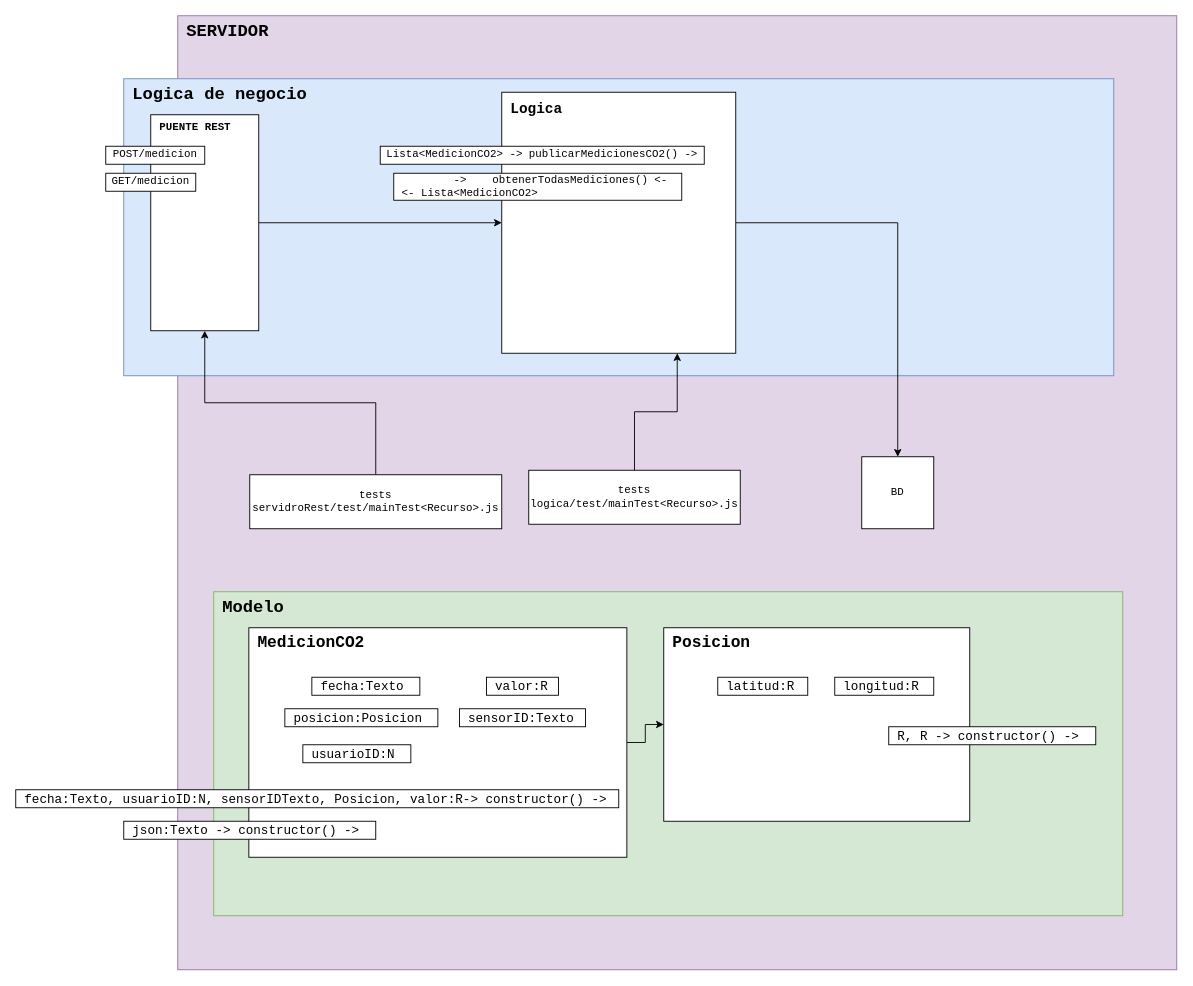
Above: doc/DiseñoServidor.drawio in GTI-3A-Pure-Life/Pure-Life-WebApp (draw.io), before the change. Source tidied: cells renumbered, new cells numbered last; positions are measured from the earlier drawing's top-left corner, leaving out a move shared by most shapes. Both pictures are drawn from the tidied source at 90%, with x=0, y=0 at pixel (15, 15).
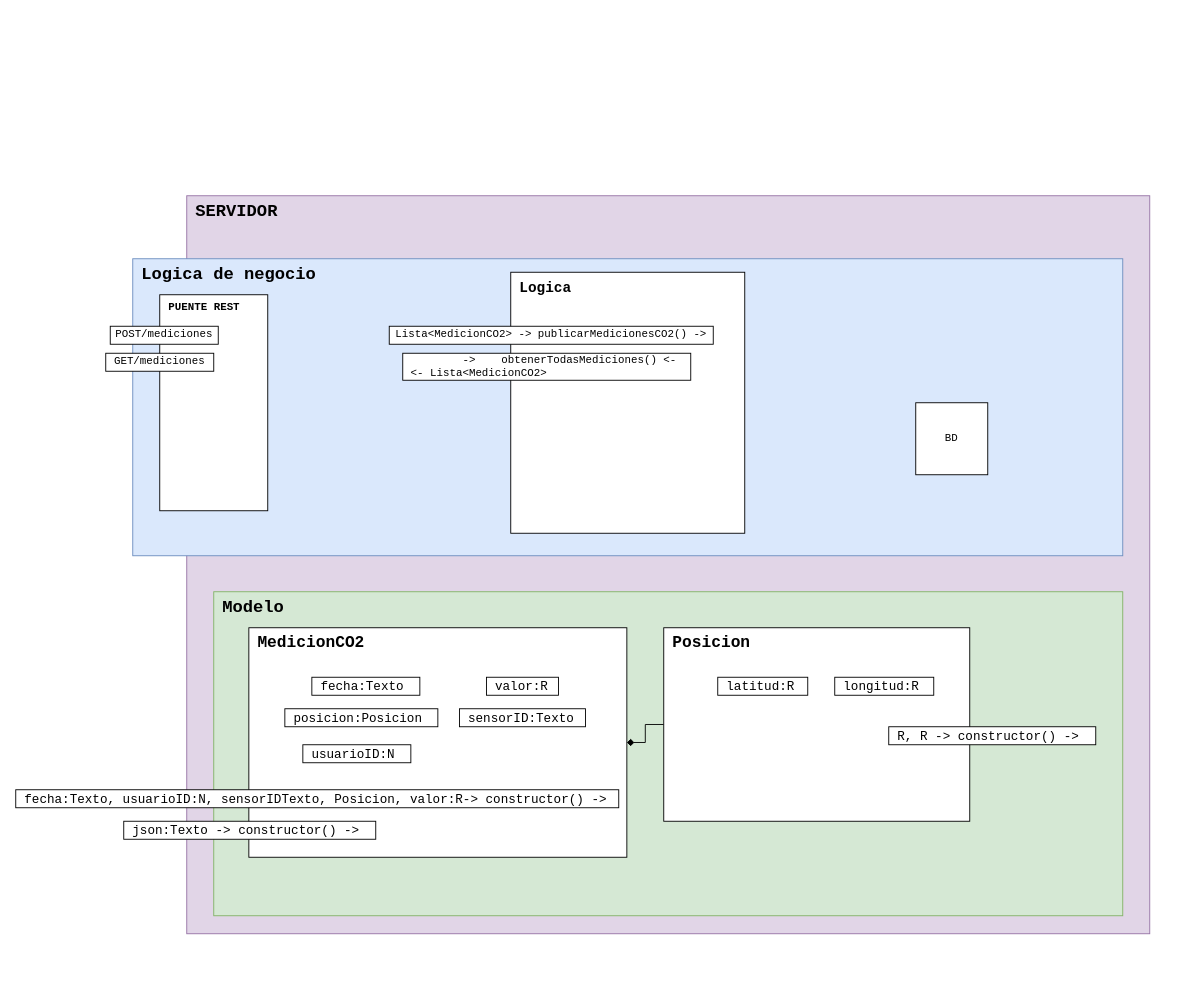
The same page after the edit.

Commit message (it also covers changes not shown here):
Documentacion. Documento de diseño - 09/10/2021

Unchanged cells that the change refers to:
```xml
<mxCell id="19" value="&lt;font face=&quot;Courier New&quot; size=&quot;1&quot;&gt;&lt;b style=&quot;font-size: 18px&quot;&gt;MedicionCO2&lt;/b&gt;&lt;/font&gt;" style="rounded=0;whiteSpace=wrap;html=1;align=left;verticalAlign=top;spacingLeft=8;" parent="1" vertex="1">
  <mxGeometry x="259" y="680" width="420" height="255" as="geometry" />
</mxCell>
<mxCell id="26" value="&lt;font face=&quot;Courier New&quot; size=&quot;1&quot;&gt;&lt;b style=&quot;font-size: 18px&quot;&gt;Posicion&lt;/b&gt;&lt;/font&gt;" style="rounded=0;whiteSpace=wrap;html=1;align=left;verticalAlign=top;spacingLeft=8;" parent="1" vertex="1">
  <mxGeometry x="720" y="680" width="340" height="215" as="geometry" />
</mxCell>
```

The edit, as a diff of the source:
```diff
@@
     <mxCell id="2" value="&lt;font style=&quot;font-size: 19px&quot;&gt;&lt;b&gt;SERVIDOR&lt;/b&gt;&lt;/font&gt;" style="whiteSpace=wrap;html=1;fontFamily=Courier New;verticalAlign=top;align=left;spacingLeft=8;fillColor=#e1d5e7;strokeColor=#9673a6;" parent="1" vertex="1">
-      <mxGeometry x="180" width="1110" height="1060" as="geometry" />
+      <mxGeometry x="190" y="200" width="1070" height="820" as="geometry" />
     </mxCell>
     <mxCell id="3" value="&lt;font style=&quot;font-size: 19px&quot;&gt;&lt;b&gt;Logica de negocio&lt;/b&gt;&lt;/font&gt;" style="whiteSpace=wrap;html=1;fontFamily=Courier New;verticalAlign=top;align=left;spacingLeft=8;fillColor=#dae8fc;strokeColor=#6c8ebf;" parent="1" vertex="1">
-      <mxGeometry x="120" y="70" width="1100" height="330" as="geometry" />
+      <mxGeometry x="130" y="270" width="1100" height="330" as="geometry" />
     </mxCell>
     <mxCell id="4" value="BD" style="whiteSpace=wrap;html=1;fontFamily=Courier New;" parent="1" vertex="1">
-      <mxGeometry x="940" y="490" width="80" height="80" as="geometry" />
+      <mxGeometry x="1000" y="430" width="80" height="80" as="geometry" />
     </mxCell>
-    <mxCell id="5" style="edgeStyle=orthogonalEdgeStyle;rounded=0;jettySize=auto;html=1;" parent="1" edge="1" source="6" target="12">
-      <mxGeometry relative="1" as="geometry" />
-    </mxCell>
     <mxCell id="6" value="PUENTE REST" style="rounded=0;whiteSpace=wrap;html=1;fontFamily=Courier New;verticalAlign=top;align=left;spacingLeft=8;fontStyle=1;" parent="1" vertex="1">
-      <mxGeometry x="150" y="110" width="120" height="240" as="geometry" />
+      <mxGeometry x="160" y="310" width="120" height="240" as="geometry" />
     </mxCell>
-    <mxCell id="7" style="edgeStyle=orthogonalEdgeStyle;rounded=0;jettySize=auto;html=1;entryX=0.75;entryY=1;entryDx=0;entryDy=0;" parent="1" edge="1" source="8" target="12">
-      <mxGeometry relative="1" as="geometry" />
-    </mxCell>
-    <mxCell id="8" value="tests&lt;br&gt;logica/test/mainTest&amp;lt;Recurso&amp;gt;.js" style="rounded=0;whiteSpace=wrap;html=1;fontFamily=Courier New;" parent="1" vertex="1">
-      <mxGeometry x="570" y="505" width="235" height="60" as="geometry" />
-    </mxCell>
-    <mxCell id="9" style="edgeStyle=orthogonalEdgeStyle;rounded=0;jettySize=auto;html=1;entryX=0.5;entryY=1;entryDx=0;entryDy=0;" parent="1" edge="1" source="10" target="6">
-      <mxGeometry relative="1" as="geometry" />
-    </mxCell>
-    <mxCell id="10" value="tests&lt;br&gt;servidroRest/test/mainTest&amp;lt;Recurso&amp;gt;.js" style="rounded=0;whiteSpace=wrap;html=1;fontFamily=Courier New;" parent="1" vertex="1">
-      <mxGeometry x="260" y="510" width="280" height="60" as="geometry" />
-    </mxCell>
-    <mxCell id="11" style="edgeStyle=orthogonalEdgeStyle;rounded=0;jettySize=auto;html=1;entryX=0.5;entryY=0;entryDx=0;entryDy=0;" parent="1" edge="1" source="12" target="4">
-      <mxGeometry relative="1" as="geometry" />
-    </mxCell>
     <mxCell id="12" value="&lt;font style=&quot;font-size: 19px&quot;&gt;&lt;b style=&quot;font-size: 16px&quot;&gt;Logica&lt;/b&gt;&lt;/font&gt;" style="whiteSpace=wrap;html=1;fontFamily=Courier New;verticalAlign=top;align=left;spacingLeft=8;" parent="1" vertex="1">
-      <mxGeometry x="540" y="85" width="260" height="290" as="geometry" />
+      <mxGeometry x="550" y="285" width="260" height="290" as="geometry" />
     </mxCell>
     <mxCell id="13" value="Lista&amp;lt;MedicionCO2&amp;gt; -&amp;gt; publicarMedicionesCO2() -&amp;gt;" style="rounded=0;whiteSpace=wrap;html=1;fontFamily=Courier New;" parent="1" vertex="1">
-      <mxGeometry x="405" y="145" width="360" height="20" as="geometry" />
+      <mxGeometry x="415" y="345" width="360" height="20" as="geometry" />
     </mxCell>
     <mxCell id="14" value="&amp;nbsp; &amp;nbsp; &amp;nbsp; &amp;nbsp; &amp;nbsp;-&amp;gt;&amp;nbsp; &amp;nbsp; obtenerTodasMediciones() &amp;lt;- &lt;br&gt;&amp;nbsp;&amp;lt;- Lista&amp;lt;MedicionCO2&amp;gt;" style="rounded=0;whiteSpace=wrap;html=1;fontFamily=Courier New;align=left;" parent="1" vertex="1">
-      <mxGeometry x="420" y="175" width="320" height="30" as="geometry" />
+      <mxGeometry x="430" y="375" width="320" height="30" as="geometry" />
     </mxCell>
-    <mxCell id="15" value="POST/medicion" style="rounded=0;whiteSpace=wrap;html=1;fontFamily=Courier New;" parent="1" vertex="1">
-      <mxGeometry x="100" y="145" width="110" height="20" as="geometry" />
+    <mxCell id="15" value="POST/mediciones" style="rounded=0;whiteSpace=wrap;html=1;fontFamily=Courier New;" parent="1" vertex="1">
+      <mxGeometry x="105" y="345" width="120" height="20" as="geometry" />
     </mxCell>
-    <mxCell id="16" value="GET/medicion" style="rounded=0;whiteSpace=wrap;html=1;fontFamily=Courier New;" parent="1" vertex="1">
-      <mxGeometry x="100" y="175" width="100" height="20" as="geometry" />
+    <mxCell id="16" value="GET/mediciones" style="rounded=0;whiteSpace=wrap;html=1;fontFamily=Courier New;" parent="1" vertex="1">
+      <mxGeometry x="100" y="375" width="120" height="20" as="geometry" />
     </mxCell>
@@
-    <mxCell id="18" style="edgeStyle=orthogonalEdgeStyle;rounded=0;jettySize=auto;html=1;" parent="1" edge="1" source="19" target="26">
-      <mxGeometry relative="1" as="geometry" />
-    </mxCell>
@@
+    <mxCell id="31" style="edgeStyle=orthogonalEdgeStyle;rounded=0;jettySize=auto;html=1;endArrow=diamond;endFill=1;" parent="1" edge="1" source="26" target="19">
+      <mxGeometry relative="1" as="geometry" />
+    </mxCell>
```
